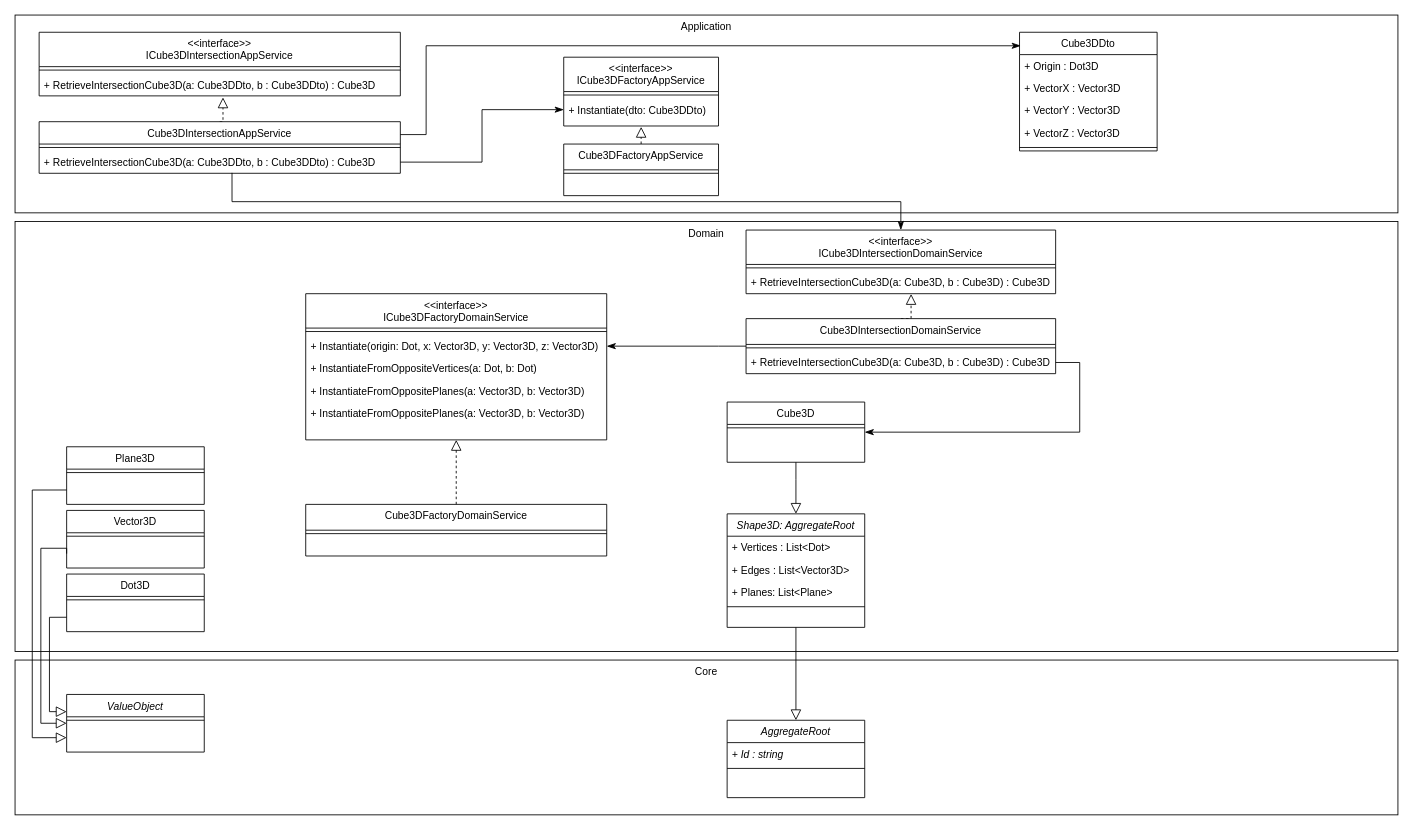
This is Geometry3D.drawio from KucherenkoSerhiy/Cube3DIntersection, a draw.io file, before an edit. Source tidied: cells renumbered, new cells numbered last; positions are measured from the earlier drawing's top-left corner, leaving out a move shared by most shapes. Both pictures are drawn from the tidied source at 86%, with x=0, y=0 at pixel (15, 15).
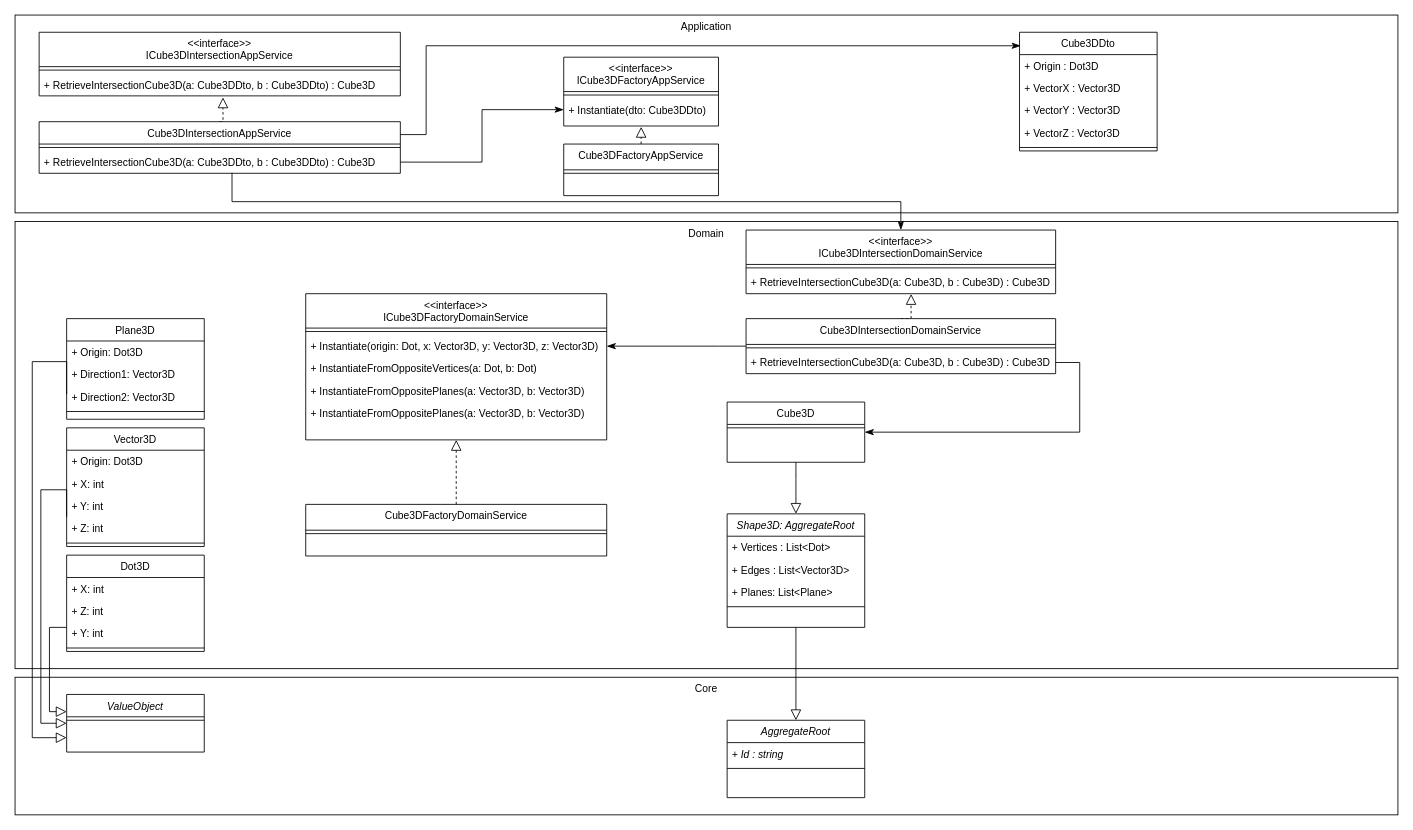
After the change.

Commit message (it also covers changes not shown here):
Added domain models: Dot, Vector, Plane, Shape, Cube; Updated technical design class diagram; Removed test nuget packages from source code and added them to test projects

The change refers to these unchanged cells:
```xml
<mxCell id="31" value="ValueObject" style="swimlane;fontStyle=2;align=center;verticalAlign=top;horizontal=1;startSize=26;rounded=0;shadow=0;strokeWidth=1;" parent="1" vertex="1">
  <mxGeometry x="60" y="790" width="160" height="67" as="geometry" />
</mxCell>
```

Change to the diagram source:
```diff
@@
     <mxCell id="2" value="Domain" style="rounded=0;html=1;align=center;verticalAlign=top;labelBackgroundColor=none;whiteSpace=wrap;" parent="1" vertex="1">
-      <mxGeometry y="240" width="1608" height="500" as="geometry" />
+      <mxGeometry y="240" width="1608" height="520" as="geometry" />
     </mxCell>
@@
     <mxCell id="24" value="Core" style="rounded=0;html=1;align=center;verticalAlign=top;labelBackgroundColor=none;whiteSpace=wrap;" parent="1" vertex="1">
-      <mxGeometry y="750" width="1608" height="180" as="geometry" />
+      <mxGeometry y="770" width="1608" height="160" as="geometry" />
     </mxCell>
-    <mxCell id="25" value="Dot3D" style="swimlane;fontStyle=0;align=center;verticalAlign=top;horizontal=1;startSize=26;rounded=0;shadow=0;strokeWidth=1;" parent="1" vertex="1">
-      <mxGeometry x="60" y="650" width="160" height="67" as="geometry" />
-    </mxCell>
-    <mxCell id="26" style="line;html=1;strokeWidth=1;align=left;verticalAlign=middle;spacingTop=-1;spacingLeft=3;spacingRight=3;labelPosition=right;" parent="25" vertex="1">
-      <mxGeometry y="26" width="160" height="8" as="geometry" />
-    </mxCell>
-    <mxCell id="27" value="Vector3D" style="swimlane;fontStyle=0;align=center;verticalAlign=top;horizontal=1;startSize=26;rounded=0;shadow=0;strokeWidth=1;" parent="1" vertex="1">
-      <mxGeometry x="60" y="576" width="160" height="67" as="geometry" />
-    </mxCell>
-    <mxCell id="28" style="line;html=1;strokeWidth=1;align=left;verticalAlign=middle;spacingTop=-1;spacingLeft=3;spacingRight=3;labelPosition=right;" parent="27" vertex="1">
-      <mxGeometry y="26" width="160" height="8" as="geometry" />
-    </mxCell>
-    <mxCell id="29" value="Plane3D" style="swimlane;fontStyle=0;align=center;verticalAlign=top;horizontal=1;startSize=26;rounded=0;shadow=0;strokeWidth=1;" parent="1" vertex="1">
-      <mxGeometry x="60" y="502" width="160" height="67" as="geometry" />
-    </mxCell>
-    <mxCell id="30" style="line;html=1;strokeWidth=1;align=left;verticalAlign=middle;spacingTop=-1;spacingLeft=3;spacingRight=3;labelPosition=right;" parent="29" vertex="1">
-      <mxGeometry y="26" width="160" height="8" as="geometry" />
-    </mxCell>
@@
     <mxCell id="35" style="edgeStyle=orthogonalEdgeStyle;rounded=0;jettySize=auto;html=1;exitX=0;exitY=0.75;exitDx=0;exitDy=0;entryX=0;entryY=0.5;entryDx=0;entryDy=0;endArrow=block;endFill=0;endSize=10;strokeWidth=1;" parent="1" edge="1" source="27" target="31">
       <mxGeometry relative="1" as="geometry">
         <Array as="points">
-          <mxPoint x="60" y="620" />
-          <mxPoint x="30" y="620" />
-          <mxPoint x="30" y="824" />
+          <mxPoint x="30" y="552" />
+          <mxPoint x="30" y="823" />
         </Array>
       </mxGeometry>
     </mxCell>
     <mxCell id="36" style="edgeStyle=orthogonalEdgeStyle;rounded=0;jettySize=auto;html=1;exitX=0;exitY=0.75;exitDx=0;exitDy=0;entryX=0;entryY=0.75;entryDx=0;entryDy=0;endArrow=block;endFill=0;endSize=10;strokeWidth=1;" parent="1" edge="1" source="29" target="31">
       <mxGeometry relative="1" as="geometry">
         <Array as="points">
-          <mxPoint x="20" y="552" />
+          <mxPoint x="20" y="403" />
           <mxPoint x="20" y="840" />
         </Array>
       </mxGeometry>
     </mxCell>
@@
+    <mxCell id="27" value="Vector3D" style="swimlane;fontStyle=0;align=center;verticalAlign=top;horizontal=1;startSize=26;rounded=0;shadow=0;strokeWidth=1;" parent="1" vertex="1">
+      <mxGeometry x="60" y="480" width="160" height="138" as="geometry" />
+    </mxCell>
+    <mxCell id="68" value="+ Origin: Dot3D" style="text;align=left;verticalAlign=top;spacingLeft=4;spacingRight=4;overflow=hidden;rounded=0;shadow=0;html=0;" parent="27" vertex="1">
+      <mxGeometry y="26" width="160" height="26" as="geometry" />
+    </mxCell>
+    <mxCell id="69" value="+ X: int" style="text;align=left;verticalAlign=top;spacingLeft=4;spacingRight=4;overflow=hidden;rounded=0;shadow=0;html=0;" parent="27" vertex="1">
+      <mxGeometry y="52" width="160" height="26" as="geometry" />
+    </mxCell>
+    <mxCell id="70" value="+ Y: int" style="text;align=left;verticalAlign=top;spacingLeft=4;spacingRight=4;overflow=hidden;rounded=0;shadow=0;html=0;" parent="27" vertex="1">
+      <mxGeometry y="78" width="160" height="26" as="geometry" />
+    </mxCell>
+    <mxCell id="71" value="+ Z: int" style="text;align=left;verticalAlign=top;spacingLeft=4;spacingRight=4;overflow=hidden;rounded=0;shadow=0;html=0;" parent="27" vertex="1">
+      <mxGeometry y="104" width="160" height="26" as="geometry" />
+    </mxCell>
+    <mxCell id="28" style="line;html=1;strokeWidth=1;align=left;verticalAlign=middle;spacingTop=-1;spacingLeft=3;spacingRight=3;labelPosition=right;" parent="27" vertex="1">
+      <mxGeometry y="130" width="160" height="8" as="geometry" />
+    </mxCell>
+    <mxCell id="29" value="Plane3D" style="swimlane;fontStyle=0;align=center;verticalAlign=top;horizontal=1;startSize=26;rounded=0;shadow=0;strokeWidth=1;" parent="1" vertex="1">
+      <mxGeometry x="60" y="353" width="160" height="117" as="geometry" />
+    </mxCell>
+    <mxCell id="72" value="+ Origin: Dot3D" style="text;align=left;verticalAlign=top;spacingLeft=4;spacingRight=4;overflow=hidden;rounded=0;shadow=0;html=0;" parent="29" vertex="1">
+      <mxGeometry y="26" width="160" height="26" as="geometry" />
+    </mxCell>
+    <mxCell id="73" value="+ Direction1: Vector3D" style="text;align=left;verticalAlign=top;spacingLeft=4;spacingRight=4;overflow=hidden;rounded=0;shadow=0;html=0;" parent="29" vertex="1">
+      <mxGeometry y="52" width="160" height="26" as="geometry" />
+    </mxCell>
+    <mxCell id="74" value="+ Direction2: Vector3D" style="text;align=left;verticalAlign=top;spacingLeft=4;spacingRight=4;overflow=hidden;rounded=0;shadow=0;html=0;" parent="29" vertex="1">
+      <mxGeometry y="78" width="160" height="26" as="geometry" />
+    </mxCell>
+    <mxCell id="30" style="line;html=1;strokeWidth=1;align=left;verticalAlign=middle;spacingTop=-1;spacingLeft=3;spacingRight=3;labelPosition=right;" parent="29" vertex="1">
+      <mxGeometry y="104" width="160" height="8" as="geometry" />
+    </mxCell>
+    <mxCell id="25" value="Dot3D" style="swimlane;fontStyle=0;align=center;verticalAlign=top;horizontal=1;startSize=26;rounded=0;shadow=0;strokeWidth=1;" parent="1" vertex="1">
+      <mxGeometry x="60" y="628" width="160" height="112" as="geometry" />
+    </mxCell>
+    <mxCell id="75" value="+ X: int" style="text;align=left;verticalAlign=top;spacingLeft=4;spacingRight=4;overflow=hidden;rounded=0;shadow=0;html=0;" parent="25" vertex="1">
+      <mxGeometry y="26" width="160" height="26" as="geometry" />
+    </mxCell>
+    <mxCell id="76" value="+ Z: int" style="text;align=left;verticalAlign=top;spacingLeft=4;spacingRight=4;overflow=hidden;rounded=0;shadow=0;html=0;" parent="25" vertex="1">
+      <mxGeometry y="52" width="160" height="26" as="geometry" />
+    </mxCell>
+    <mxCell id="77" value="+ Y: int" style="text;align=left;verticalAlign=top;spacingLeft=4;spacingRight=4;overflow=hidden;rounded=0;shadow=0;html=0;" parent="25" vertex="1">
+      <mxGeometry y="78" width="160" height="26" as="geometry" />
+    </mxCell>
+    <mxCell id="26" style="line;html=1;strokeWidth=1;align=left;verticalAlign=middle;spacingTop=-1;spacingLeft=3;spacingRight=3;labelPosition=right;" parent="25" vertex="1">
+      <mxGeometry y="104" width="160" height="8" as="geometry" />
+    </mxCell>
```
